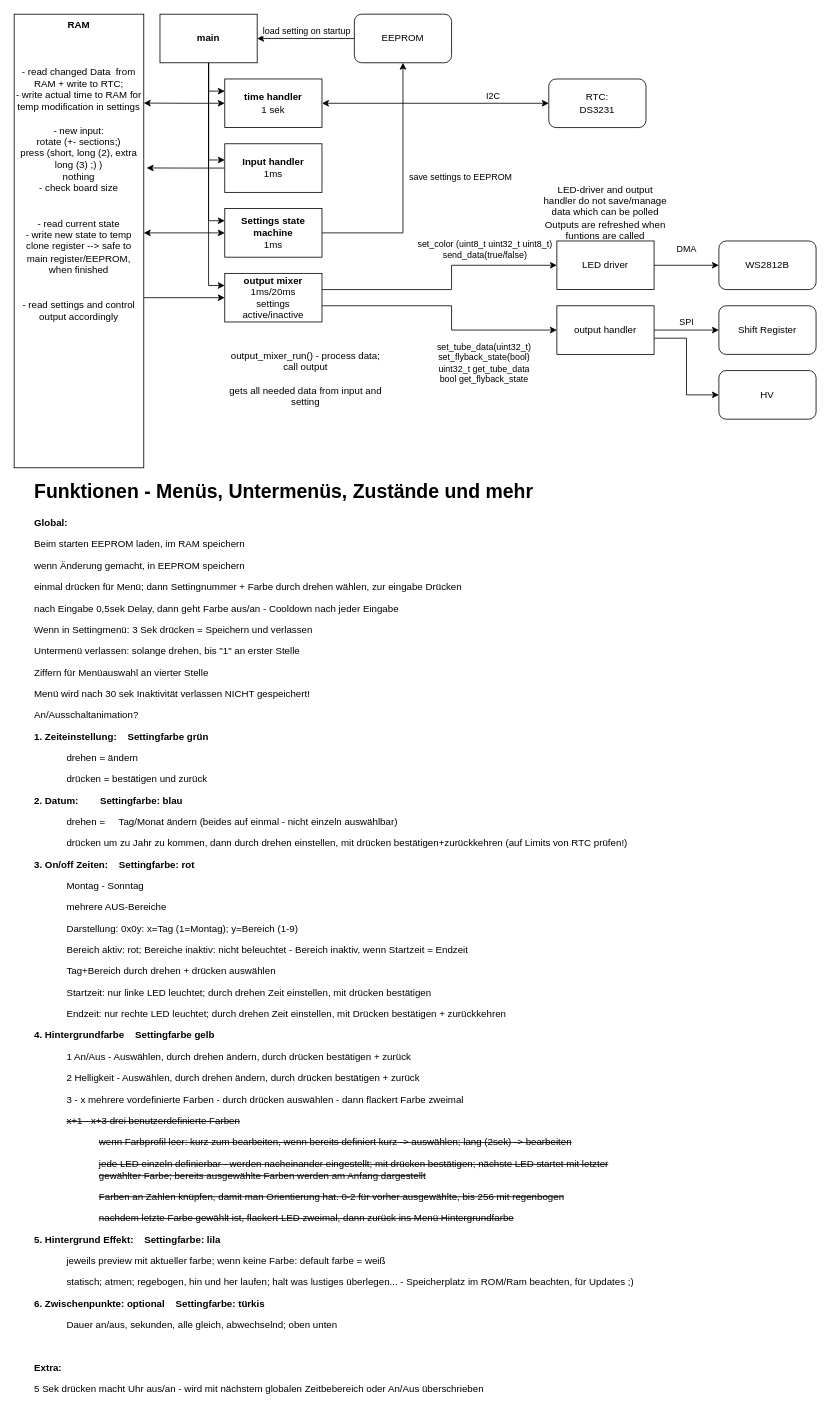
This is structure.drawio from EXiciuTE/FW-NixieClock3-L031F6P6, a draw.io file, before an edit. Source tidied: cells renumbered, new cells numbered last; positions are measured from the earlier drawing's top-left corner, leaving out a move shared by most shapes. Both pictures are drawn from the tidied source at 81%, with x=0, y=0 at pixel (14, 14).
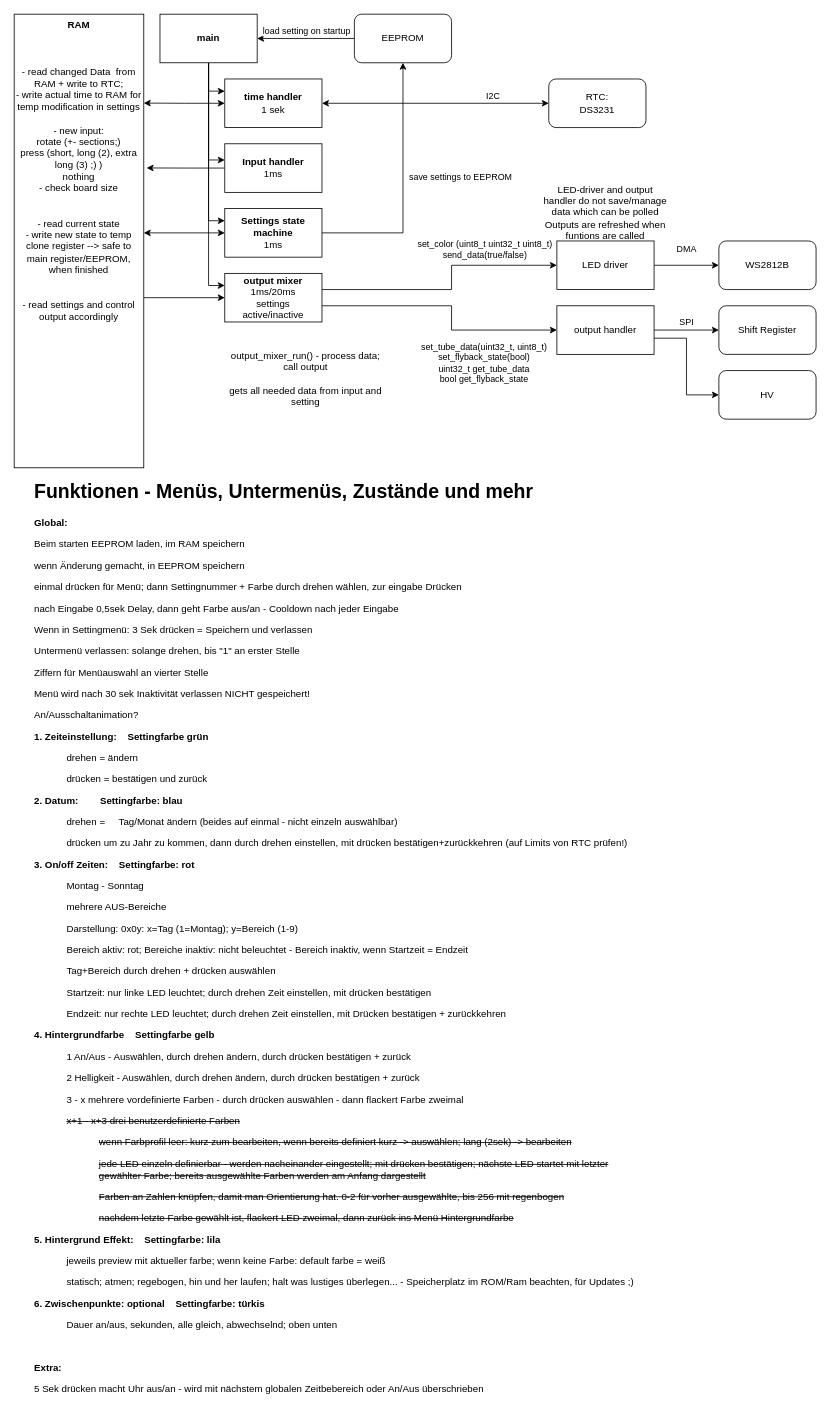
The same page after the edit.

Unchanged cells that the change refers to:
```xml
<mxCell id="2" style="edgeStyle=orthogonalEdgeStyle;rounded=0;jettySize=auto;html=1;" parent="1" edge="1" source="6" target="9">
  <mxGeometry relative="1" as="geometry">
    <Array as="points">
      <mxPoint x="540" y="360" />
      <mxPoint x="540" y="390" />
    </Array>
  </mxGeometry>
</mxCell>
```

Diff of the diagram source:
```diff
@@
-    <mxCell id="3" value="set_tube_data(uint32_t)&lt;br&gt;set_flyback_state(bool)&lt;br&gt;uint32_t get_tube_data&lt;br&gt;bool get_flyback_state" style="edgeLabel;html=1;align=center;verticalAlign=middle;" parent="2" vertex="1">
+    <mxCell id="3" value="set_tube_data(uint32_t, uint8_t)&lt;br&gt;set_flyback_state(bool)&lt;br&gt;uint32_t get_tube_data&lt;br&gt;bool get_flyback_state" style="edgeLabel;html=1;align=center;verticalAlign=middle;" parent="2" vertex="1">
       <mxGeometry x="0.42" relative="1" as="geometry">
         <mxPoint x="2" y="40" as="offset" />
       </mxGeometry>
     </mxCell>
```
